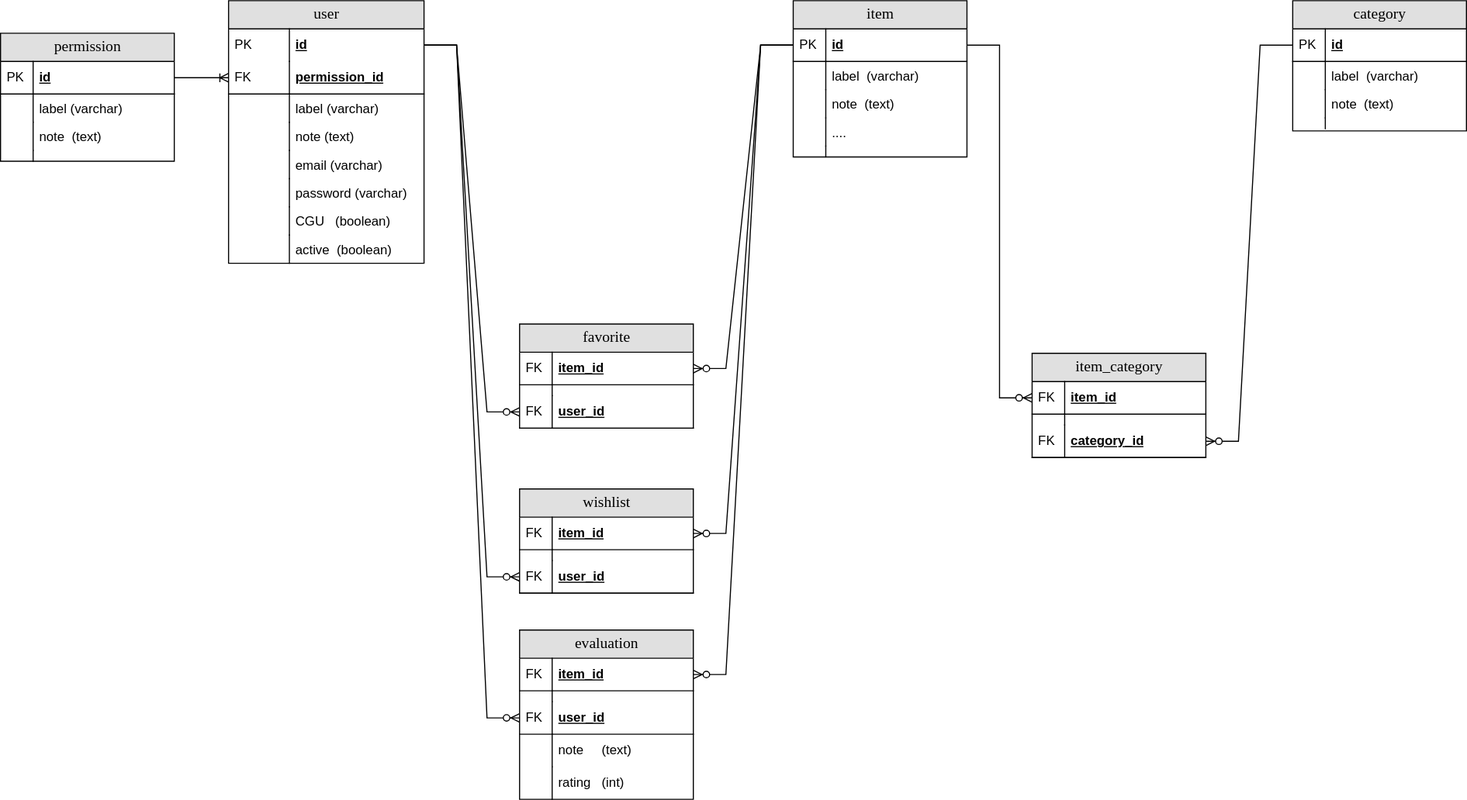
Before: EntityRelation.drawio.svg, a diagram exported from draw.io (HexMakina/ZAD-X75-B-2021-2022). Source tidied: cells renumbered, new cells last; positions are measured from the earlier drawing's top-left corner, leaving out a move shared by most shapes.
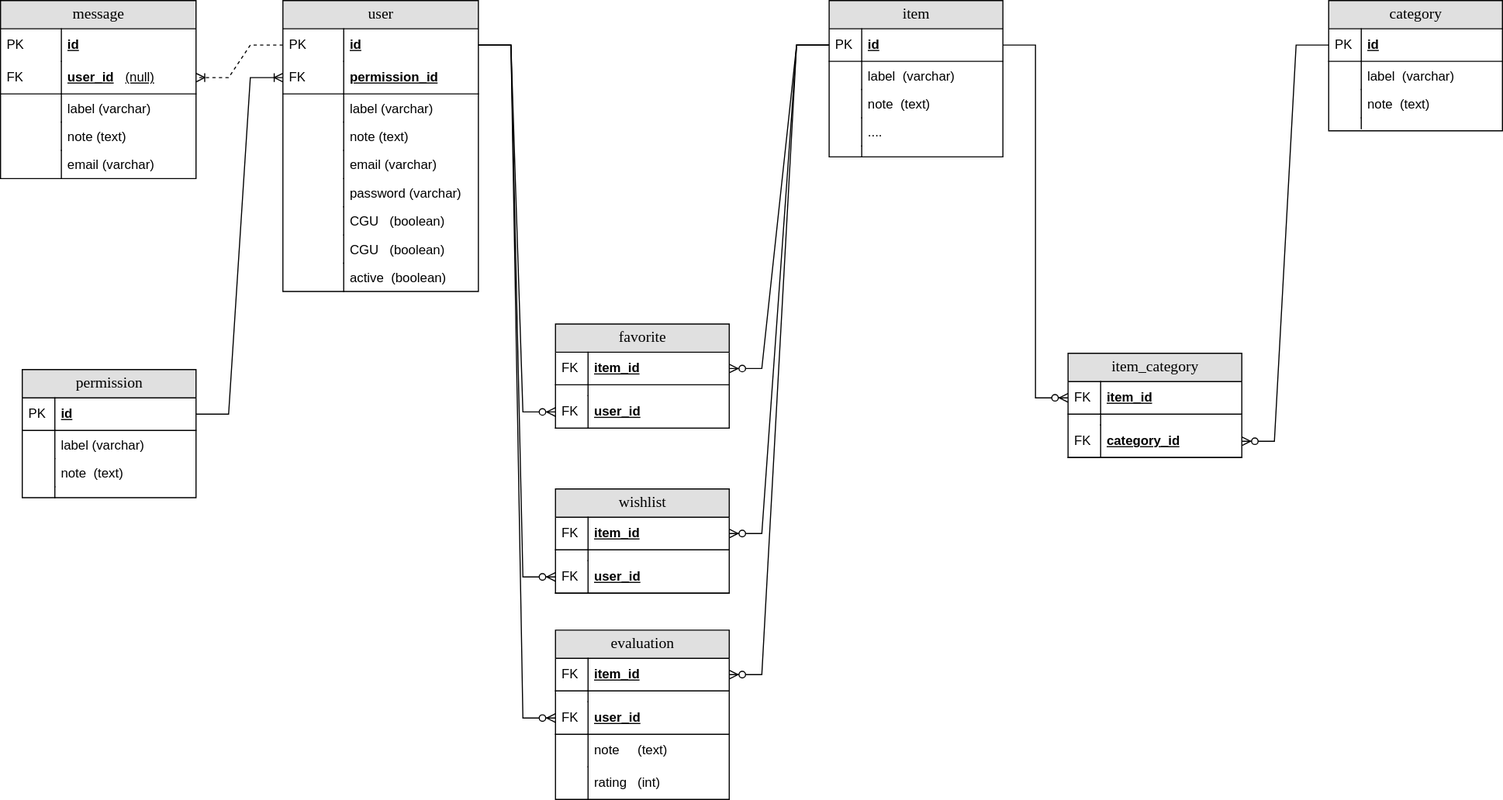
Above is the later version.

Commit message:
added message table

Change to the diagram source:
```diff
@@ -3,7 +3,7 @@
     <mxCell id="0" />
     <mxCell id="1" parent="0" />
     <mxCell id="2" value="user" style="swimlane;html=1;fontStyle=0;horizontal=1;startSize=26;fillColor=#e0e0e0;swimlaneFillColor=#ffffff;align=center;rounded=0;shadow=0;comic=0;labelBackgroundColor=none;strokeWidth=1;fontFamily=Verdana;fontSize=14;" parent="1" vertex="1">
-      <mxGeometry x="210" width="180" height="242" as="geometry" />
+      <mxGeometry x="227" width="180" height="268" as="geometry" />
     </mxCell>
     <mxCell id="3" value="id" style="shape=partialRectangle;top=0;left=0;right=0;bottom=0;html=1;align=left;verticalAlign=middle;fillColor=none;spacingLeft=60;spacingRight=4;whiteSpace=wrap;overflow=hidden;points=[[0,0.5],[1,0.5]];portConstraint=eastwest;fontStyle=5;" parent="2" vertex="1">
       <mxGeometry y="26" width="180" height="30" as="geometry" />
@@ -41,14 +41,20 @@
     <mxCell id="14" style="shape=partialRectangle;top=0;left=0;bottom=0;html=1;fillColor=none;align=left;verticalAlign=top;spacingLeft=4;spacingRight=4;whiteSpace=wrap;overflow=hidden;" parent="13" vertex="1">
       <mxGeometry width="56" height="26" as="geometry" />
     </mxCell>
+    <mxCell id="89" value="CGU&lt;span&gt;&amp;nbsp;&lt;span&gt; &lt;span style=&quot;white-space: pre&quot;&gt; &lt;/span&gt;&lt;/span&gt;&lt;/span&gt;(boolean)" style="shape=partialRectangle;top=0;left=0;right=0;bottom=0;html=1;align=left;verticalAlign=top;fillColor=none;spacingLeft=60;spacingRight=4;whiteSpace=wrap;overflow=hidden;" parent="2" vertex="1">
+      <mxGeometry y="190" width="180" height="26" as="geometry" />
+    </mxCell>
+    <mxCell id="90" style="shape=partialRectangle;top=0;left=0;bottom=0;html=1;fillColor=none;align=left;verticalAlign=top;spacingLeft=4;spacingRight=4;whiteSpace=wrap;overflow=hidden;" parent="89" vertex="1">
+      <mxGeometry width="56" height="26" as="geometry" />
+    </mxCell>
     <mxCell id="15" value="CGU&lt;span&gt;&amp;nbsp;&lt;span&gt; &lt;span style=&quot;white-space: pre&quot;&gt; &lt;/span&gt;&lt;/span&gt;&lt;/span&gt;(boolean)" style="shape=partialRectangle;top=0;left=0;right=0;bottom=0;html=1;align=left;verticalAlign=top;fillColor=none;spacingLeft=60;spacingRight=4;whiteSpace=wrap;overflow=hidden;" parent="2" vertex="1">
-      <mxGeometry y="190" width="180" height="26" as="geometry" />
+      <mxGeometry y="216" width="180" height="26" as="geometry" />
     </mxCell>
     <mxCell id="16" style="shape=partialRectangle;top=0;left=0;bottom=0;html=1;fillColor=none;align=left;verticalAlign=top;spacingLeft=4;spacingRight=4;whiteSpace=wrap;overflow=hidden;" parent="15" vertex="1">
       <mxGeometry width="56" height="26" as="geometry" />
     </mxCell>
     <mxCell id="17" value="active&lt;span&gt; &lt;span style=&quot;white-space: pre&quot;&gt; &lt;/span&gt;&lt;/span&gt;(boolean)" style="shape=partialRectangle;top=0;left=0;right=0;bottom=0;html=1;align=left;verticalAlign=top;fillColor=none;spacingLeft=60;spacingRight=4;whiteSpace=wrap;overflow=hidden;" parent="2" vertex="1">
-      <mxGeometry y="216" width="180" height="26" as="geometry" />
+      <mxGeometry y="242" width="180" height="26" as="geometry" />
     </mxCell>
     <mxCell id="18" style="shape=partialRectangle;top=0;left=0;bottom=0;html=1;fillColor=none;align=left;verticalAlign=top;spacingLeft=4;spacingRight=4;whiteSpace=wrap;overflow=hidden;" parent="17" vertex="1">
       <mxGeometry width="56" height="26" as="geometry" />
@@ -87,7 +93,7 @@
       <mxGeometry width="30" height="10" as="geometry" />
     </mxCell>
     <mxCell id="30" value="permission" style="swimlane;html=1;fontStyle=0;horizontal=1;startSize=26;fillColor=#e0e0e0;swimlaneFillColor=#ffffff;align=center;rounded=0;shadow=0;comic=0;labelBackgroundColor=none;strokeWidth=1;fontFamily=Verdana;fontSize=14;" parent="1" vertex="1">
-      <mxGeometry y="30" width="160" height="118" as="geometry" />
+      <mxGeometry x="-13" y="340" width="160" height="118" as="geometry" />
     </mxCell>
     <mxCell id="31" value="id" style="shape=partialRectangle;top=0;left=0;right=0;bottom=1;html=1;align=left;verticalAlign=middle;fillColor=none;spacingLeft=34;spacingRight=4;whiteSpace=wrap;overflow=hidden;points=[[0,0.5],[1,0.5]];portConstraint=eastwest;fontStyle=5;" parent="30" vertex="1">
       <mxGeometry y="26" width="160" height="30" as="geometry" />
@@ -263,5 +269,41 @@
     <mxCell id="88" style="edgeStyle=entityRelationEdgeStyle;fontSize=12;html=1;endArrow=ERoneToMany;rounded=0;" parent="1" edge="1" source="31" target="5">
       <mxGeometry relative="1" as="geometry" />
     </mxCell>
+    <mxCell id="91" value="message" style="swimlane;html=1;fontStyle=0;horizontal=1;startSize=26;fillColor=#e0e0e0;swimlaneFillColor=#ffffff;align=center;rounded=0;shadow=0;comic=0;labelBackgroundColor=none;strokeWidth=1;fontFamily=Verdana;fontSize=14;" parent="1" vertex="1">
+      <mxGeometry x="-33" width="180" height="164" as="geometry" />
+    </mxCell>
+    <mxCell id="92" value="id" style="shape=partialRectangle;top=0;left=0;right=0;bottom=0;html=1;align=left;verticalAlign=middle;fillColor=none;spacingLeft=60;spacingRight=4;whiteSpace=wrap;overflow=hidden;fontStyle=5;" parent="91" vertex="1">
+      <mxGeometry y="26" width="180" height="30" as="geometry" />
+    </mxCell>
+    <mxCell id="93" value="&lt;span style=&quot;font-weight: normal&quot;&gt;PK&lt;/span&gt;" style="shape=partialRectangle;fontStyle=1;top=0;left=0;bottom=0;html=1;fillColor=none;align=left;verticalAlign=middle;spacingLeft=4;spacingRight=4;whiteSpace=wrap;overflow=hidden;" parent="92" vertex="1">
+      <mxGeometry width="56" height="30" as="geometry" />
+    </mxCell>
+    <mxCell id="94" value="user_id&lt;span style=&quot;white-space: pre;&quot;&gt;&#9;&lt;/span&gt;&lt;span style=&quot;font-weight: normal;&quot;&gt;(null)&lt;/span&gt;" style="shape=partialRectangle;top=0;left=0;right=0;bottom=1;html=1;align=left;verticalAlign=middle;fillColor=none;spacingLeft=60;spacingRight=4;whiteSpace=wrap;overflow=hidden;points=[[0,0.5],[1,0.5]];portConstraint=eastwest;fontStyle=5;" parent="91" vertex="1">
+      <mxGeometry y="56" width="180" height="30" as="geometry" />
+    </mxCell>
+    <mxCell id="95" value="&lt;span style=&quot;font-weight: normal&quot;&gt;FK&lt;/span&gt;" style="shape=partialRectangle;fontStyle=1;top=0;left=0;bottom=0;html=1;fillColor=none;align=left;verticalAlign=middle;spacingLeft=4;spacingRight=4;whiteSpace=wrap;overflow=hidden;" parent="94" vertex="1">
+      <mxGeometry width="56" height="30" as="geometry" />
+    </mxCell>
+    <mxCell id="96" value="label&lt;span&gt; &lt;span&gt; &lt;/span&gt;&lt;/span&gt;(varchar)&lt;br&gt;" style="shape=partialRectangle;top=0;left=0;right=0;bottom=0;html=1;align=left;verticalAlign=top;fillColor=none;spacingLeft=60;spacingRight=4;whiteSpace=wrap;overflow=hidden;" parent="91" vertex="1">
+      <mxGeometry y="86" width="180" height="26" as="geometry" />
+    </mxCell>
+    <mxCell id="97" style="shape=partialRectangle;top=0;left=0;bottom=0;html=1;fillColor=none;align=left;verticalAlign=top;spacingLeft=4;spacingRight=4;whiteSpace=wrap;overflow=hidden;" parent="96" vertex="1">
+      <mxGeometry width="56" height="26" as="geometry" />
+    </mxCell>
+    <mxCell id="98" value="note (text)" style="shape=partialRectangle;top=0;left=0;right=0;bottom=0;html=1;align=left;verticalAlign=top;fillColor=none;spacingLeft=60;spacingRight=4;whiteSpace=wrap;overflow=hidden;" parent="91" vertex="1">
+      <mxGeometry y="112" width="180" height="26" as="geometry" />
+    </mxCell>
+    <mxCell id="99" style="shape=partialRectangle;top=0;left=0;bottom=0;html=1;fillColor=none;align=left;verticalAlign=top;spacingLeft=4;spacingRight=4;whiteSpace=wrap;overflow=hidden;" parent="98" vertex="1">
+      <mxGeometry width="56" height="26" as="geometry" />
+    </mxCell>
+    <mxCell id="100" value="email&lt;span&gt; &lt;span&gt; &lt;/span&gt;&lt;/span&gt;(varchar)" style="shape=partialRectangle;top=0;left=0;right=0;bottom=0;html=1;align=left;verticalAlign=top;fillColor=none;spacingLeft=60;spacingRight=4;whiteSpace=wrap;overflow=hidden;" parent="91" vertex="1">
+      <mxGeometry y="138" width="180" height="26" as="geometry" />
+    </mxCell>
+    <mxCell id="101" style="shape=partialRectangle;top=0;left=0;bottom=0;html=1;fillColor=none;align=left;verticalAlign=top;spacingLeft=4;spacingRight=4;whiteSpace=wrap;overflow=hidden;" parent="100" vertex="1">
+      <mxGeometry width="56" height="26" as="geometry" />
+    </mxCell>
+    <mxCell id="102" style="edgeStyle=entityRelationEdgeStyle;fontSize=12;html=1;endArrow=ERoneToMany;rounded=0;dashed=1;" parent="1" edge="1" source="3" target="94">
+      <mxGeometry relative="1" as="geometry" />
+    </mxCell>
   </root>
 </mxGraphModel>
```
